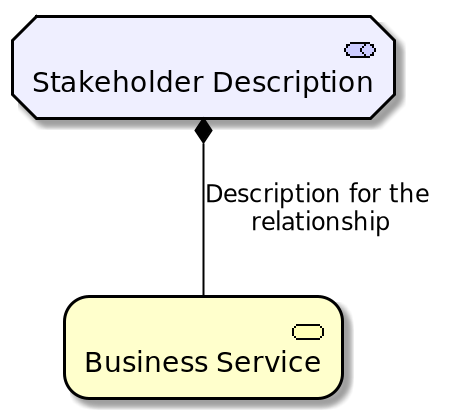
The PlantUML diagram images/Example-CompositionDown.png in plantuml-stdlib/Archimate-PlantUML, before a commit.
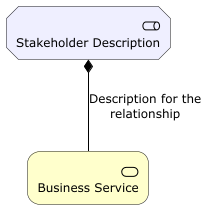
The same diagram one commit later.

Diff of the diagram source:
```diff
@@ -1,110 +1,8 @@
 @startuml Example-CompositionDown
+!include ../Archimate.puml
 
+Motivation_Stakeholder(StakeholderElement, "Stakeholder Description")
+Business_Service(BService, "Business Service")
 
-skinparam defaultTextAlignment center
-skinparam wrapWidth 400
-skinparam maxMessageSize 150
-skinparam StereotypeAlignment right
-
-skinparam Arrow {
-    Color #000000
-    FontColor #000000
-    FontSize 12
-}
-skinparam Folder<<grouping>> {
-    Shadowing true
-    StereotypeFontSize 0
-    FontColor #444444
-    BorderColor #444444
-    BorderStyle dashed
-}
-skinparam Folder<<group>> {
-    Shadowing true
-    StereotypeFontSize 0
-    FontColor #444444
-    BackgroundColor lightgrey
-}
-skinparam rectangle<<boundary>> {
-    Shadowing false
-    StereotypeFontSize 0
-    FontColor #444444
-    BorderColor #444444
-    BorderStyle dashed
-}
-skinparam node {
-  StereotypeAlignment right
-}
-skinparam cloud {
-  StereotypeAlignment right
-}
-skinparam frame {
-  StereotypeAlignment right
-}
-skinparam archimate {
-  StereotypeAlignment right
-  RoundCorner<<strategy-capability>> 25
-  RoundCorner<<strategy-course-of-action>> 25
-  RoundCorner<<strategy-value-stream>> 25
-  RoundCorner<<business-process>> 25
-  RoundCorner<<business-event>> 25
-  RoundCorner<<business-function>> 25
-  RoundCorner<<business-interaction>> 25
-  RoundCorner<<business-event>> 25
-  RoundCorner<<business-service>> 25
-  RoundCorner<<application-function>> 25
-  RoundCorner<<application-interaction>> 25
-  RoundCorner<<application-process>> 25
-  RoundCorner<<application-event>> 25
-  RoundCorner<<application-service>> 25
-  RoundCorner<<technology-function>> 25
-  RoundCorner<<technology-process>> 25
-  RoundCorner<<technology-interaction>> 25
-  RoundCorner<<technology-event>> 25
-  RoundCorner<<technology-infra-service>> 25
-  RoundCorner<<implementation-workpackage>> 25
-  RoundCorner<<implementation-event>> 25
-  DiagonalCorner<<motivation-stakeholder>> 12
-  DiagonalCorner<<motivation-driver>> 12
-  DiagonalCorner<<motivation-assessment>> 12
-  DiagonalCorner<<motivation-goal>> 12
-  DiagonalCorner<<motivation-outcome>> 12
-  DiagonalCorner<<motivation-principle>> 12
-  DiagonalCorner<<motivation-requirement>> 12
-  DiagonalCorner<<motivation-constraint>> 12
-}
-skinparam usecase {
-  BorderColor #000000
-}
-
-
-
-
-
-
-
-
-
-
-
-
-
-
-
-
-
-
-
-
-
-
-
-
-
-
-
-
-archimate #MOTIVATION "Stakeholder Description" <<motivation-stakeholder>> as StakeholderElement
-archimate #BUSINESS "Business Service" <<business-service>> as BService
-
-StakeholderElement *-DOWN- BService : "Description for the relationship"
+Rel_Composition_Down(StakeholderElement, BService, "Description for the relationship")
 @enduml
```
